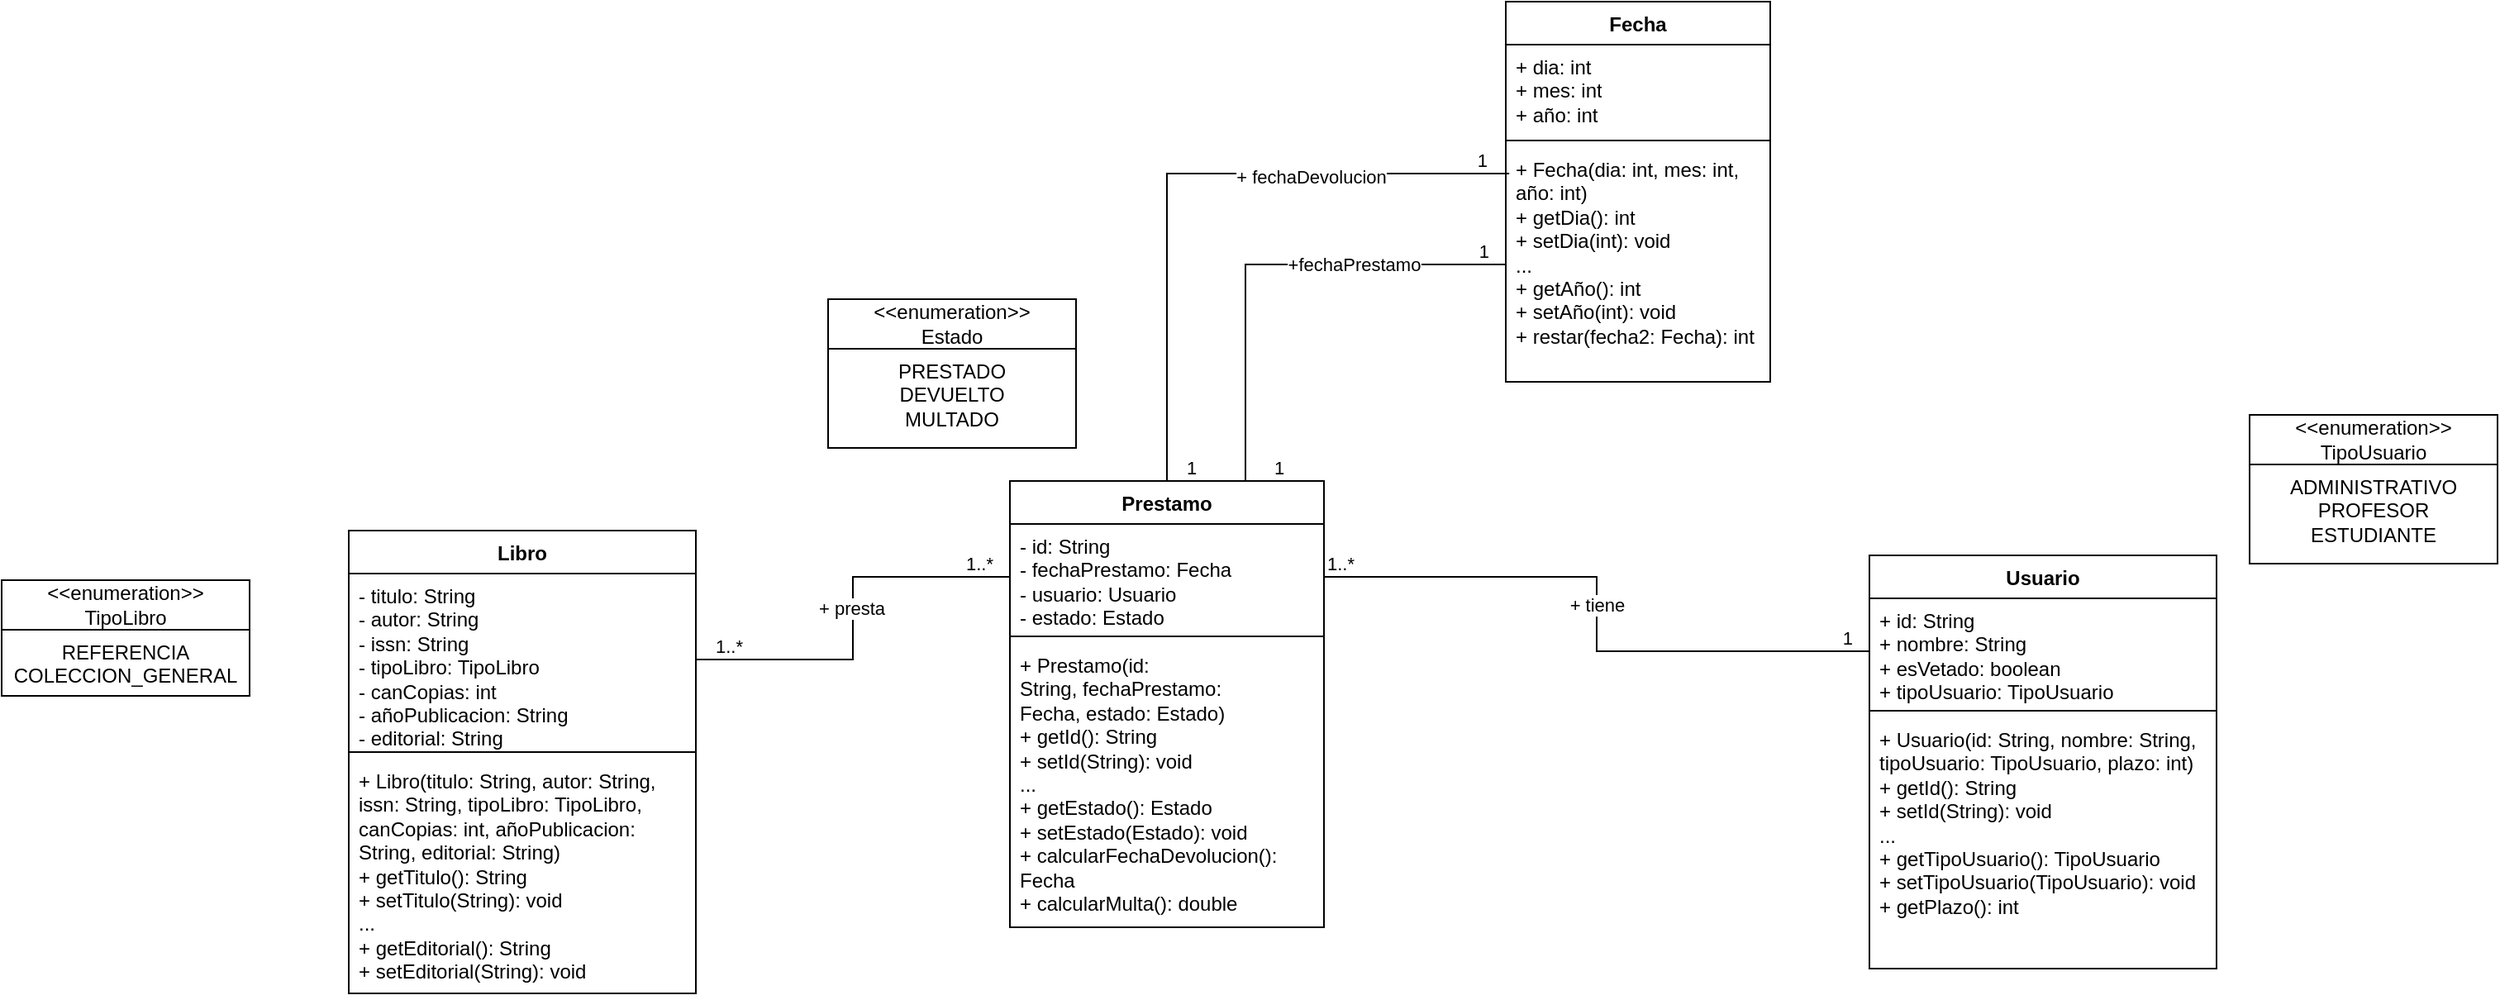
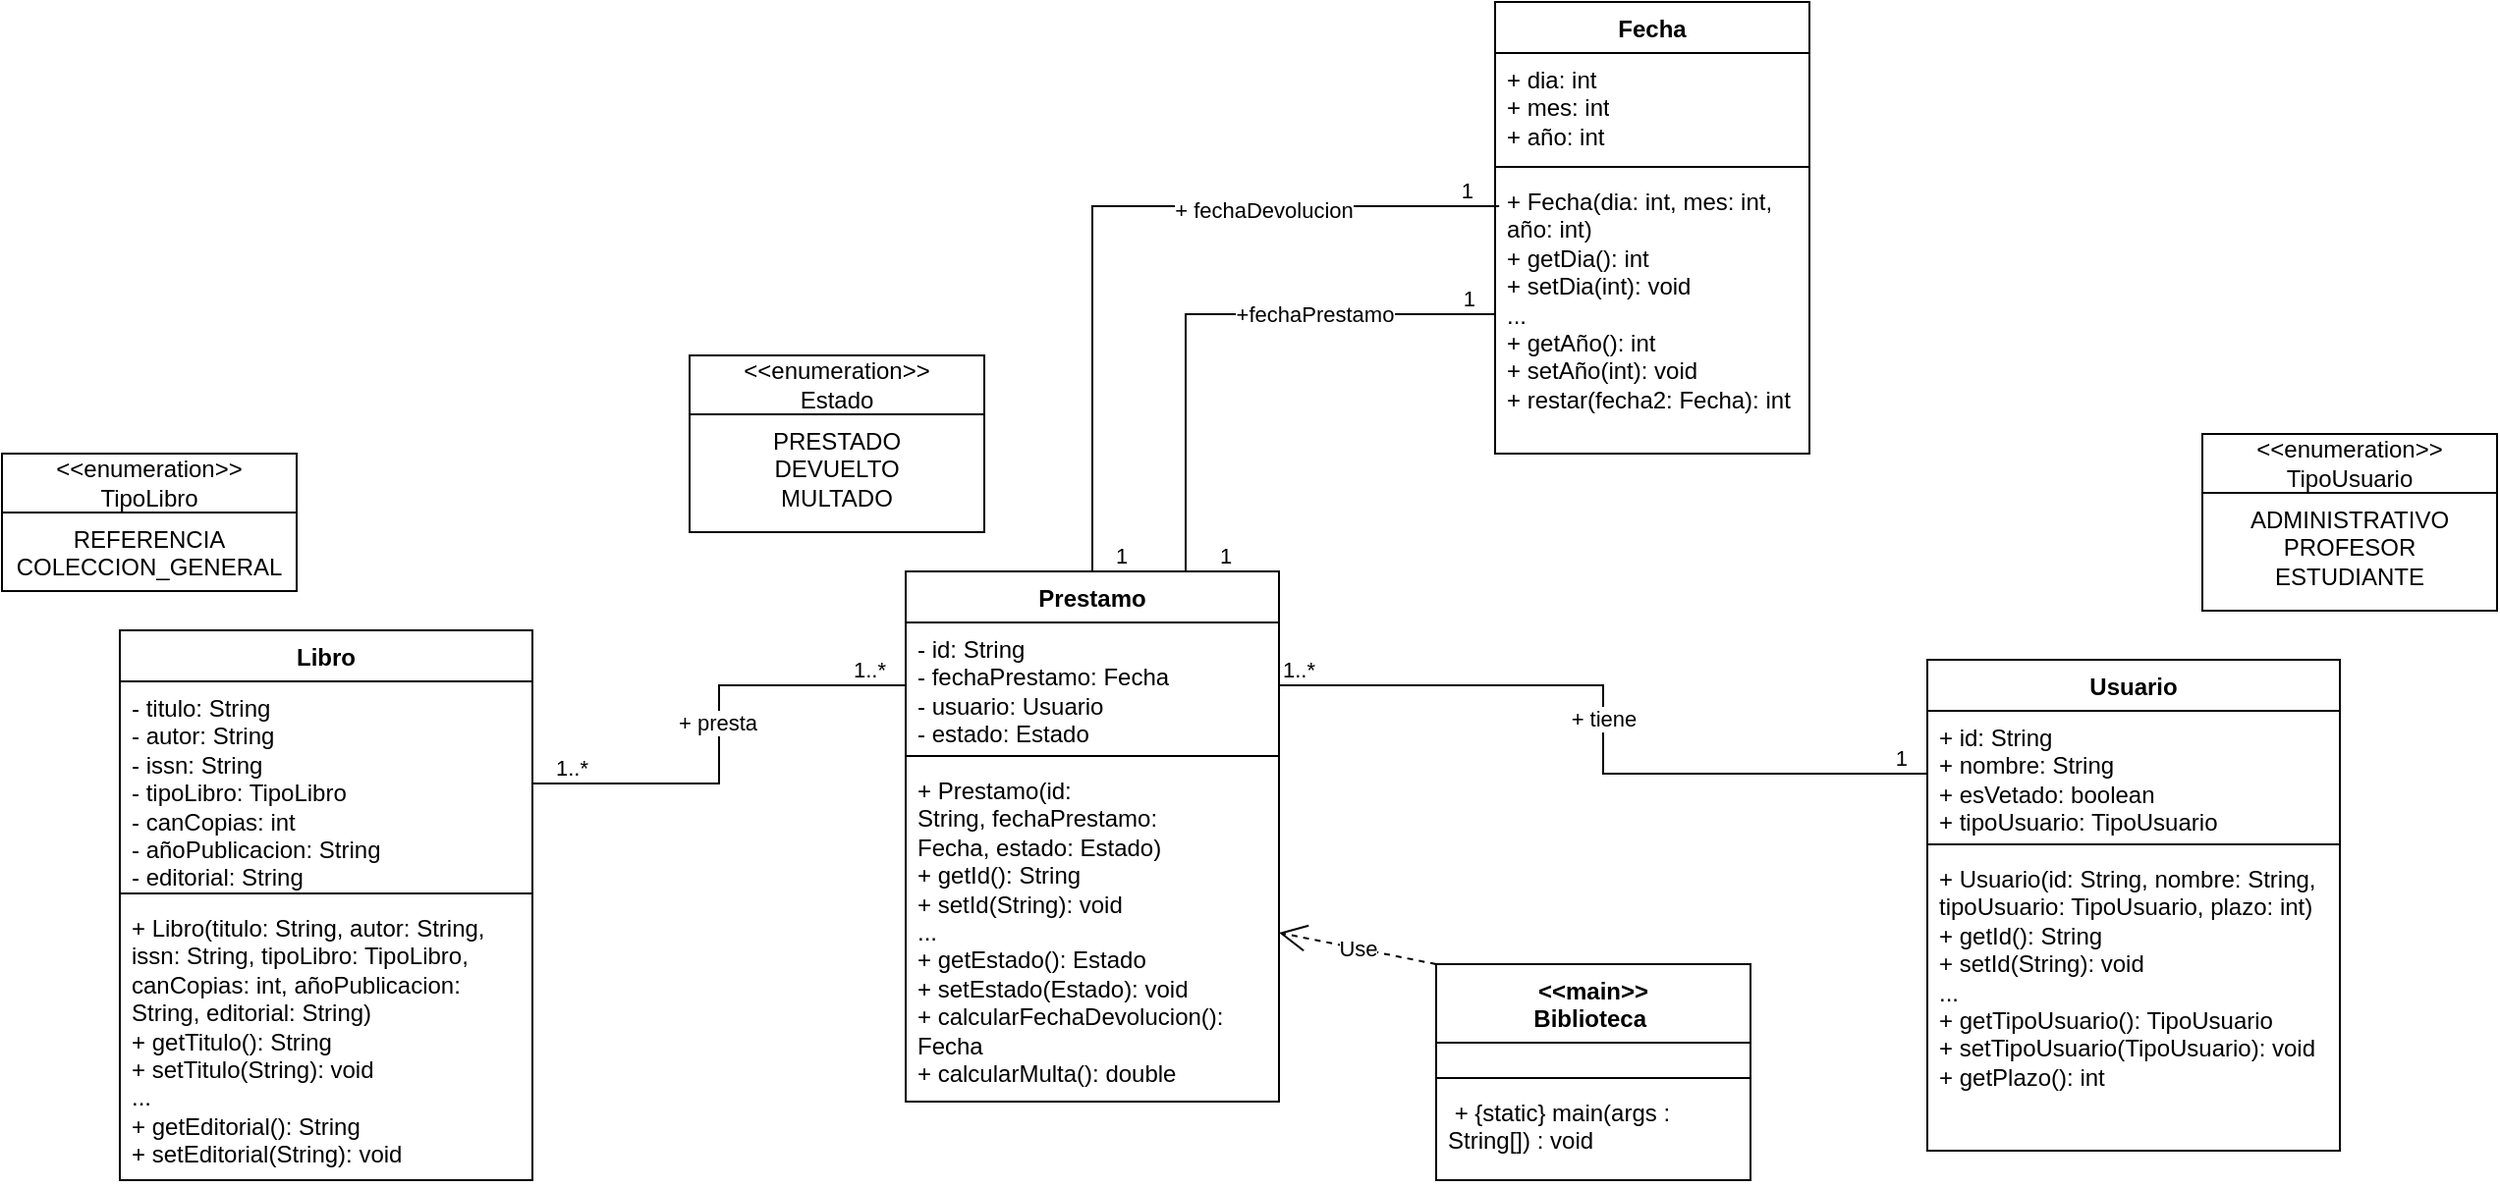
<mxfile host="app.diagrams.net">
  <diagram name="Página-1" id="T2FXIAzFDDacMx3JUOWi">
-     <mxGraphModel dx="594" dy="1106" grid="1" gridSize="10" guides="1" tooltips="1" connect="1" arrows="1" fold="1" page="1" pageScale="1" pageWidth="1169" pageHeight="827" math="0" shadow="0">
+     <mxGraphModel dx="999" dy="1297" grid="1" gridSize="10" guides="1" tooltips="1" connect="1" arrows="1" fold="1" page="1" pageScale="1" pageWidth="1169" pageHeight="827" math="0" shadow="0">
      <root>
        <mxCell id="0" />
        <mxCell id="1" parent="0" />
        <mxCell id="m8XhnUcSD3VHOy4mk_Y8-1" parent="1" style="swimlane;fontStyle=1;align=center;verticalAlign=top;childLayout=stackLayout;horizontal=1;startSize=26;horizontalStack=0;resizeParent=1;resizeParentMax=0;resizeLast=0;collapsible=1;marginBottom=0;whiteSpace=wrap;html=1;" value="Libro" vertex="1">
          <mxGeometry height="280" width="210" x="230" y="180" as="geometry" />
        </mxCell>
        <mxCell id="m8XhnUcSD3VHOy4mk_Y8-2" parent="m8XhnUcSD3VHOy4mk_Y8-1" style="text;strokeColor=none;fillColor=none;align=left;verticalAlign=top;spacingLeft=4;spacingRight=4;overflow=hidden;rotatable=0;points=[[0,0.5],[1,0.5]];portConstraint=eastwest;whiteSpace=wrap;html=1;" value="- titulo: String&lt;div&gt;- autor: String&lt;/div&gt;&lt;div&gt;- issn: String&lt;/div&gt;&lt;div&gt;- tipoLibro: TipoLibro&lt;/div&gt;&lt;div&gt;- canCopias: int&lt;/div&gt;&lt;div&gt;- añoPublicacion: String&lt;/div&gt;&lt;div&gt;- editorial: String&lt;/div&gt;" vertex="1">
          <mxGeometry height="104" width="210" y="26" as="geometry" />
        </mxCell>
        <mxCell id="m8XhnUcSD3VHOy4mk_Y8-3" parent="m8XhnUcSD3VHOy4mk_Y8-1" style="line;strokeWidth=1;fillColor=none;align=left;verticalAlign=middle;spacingTop=-1;spacingLeft=3;spacingRight=3;rotatable=0;labelPosition=right;points=[];portConstraint=eastwest;strokeColor=inherit;" value="" vertex="1">
          <mxGeometry height="8" width="210" y="130" as="geometry" />
        </mxCell>
        <mxCell id="m8XhnUcSD3VHOy4mk_Y8-4" parent="m8XhnUcSD3VHOy4mk_Y8-1" style="text;strokeColor=none;fillColor=none;align=left;verticalAlign=top;spacingLeft=4;spacingRight=4;overflow=hidden;rotatable=0;points=[[0,0.5],[1,0.5]];portConstraint=eastwest;whiteSpace=wrap;html=1;" value="+ Libro(titulo: String, autor: String, issn: String, tipoLibro: TipoLibro, canCopias: int,&amp;nbsp;añoPublicacion: String, editorial: String)&lt;div&gt;+ getTitulo(): String&lt;/div&gt;&lt;div&gt;+ setTitulo(String): void&lt;/div&gt;&lt;div&gt;...&lt;/div&gt;&lt;div&gt;+ getEditorial(): String&lt;/div&gt;&lt;div&gt;+ setEditorial(String): void&lt;/div&gt;" vertex="1">
          <mxGeometry height="142" width="210" y="138" as="geometry" />
        </mxCell>
        <mxCell id="m8XhnUcSD3VHOy4mk_Y8-6" parent="1" style="swimlane;fontStyle=0;childLayout=stackLayout;horizontal=1;startSize=30;fillColor=none;horizontalStack=0;resizeParent=1;resizeParentMax=0;resizeLast=0;collapsible=1;marginBottom=0;whiteSpace=wrap;html=1;" value="&amp;lt;&amp;lt;enumeration&amp;gt;&amp;gt;&lt;div&gt;TipoLibro&lt;/div&gt;" vertex="1">
-           <mxGeometry height="70" width="150" x="20" y="210" as="geometry" />
+           <mxGeometry height="70" width="150" x="170" y="90" as="geometry" />
        </mxCell>
        <mxCell id="m8XhnUcSD3VHOy4mk_Y8-7" parent="m8XhnUcSD3VHOy4mk_Y8-6" style="text;strokeColor=none;fillColor=none;align=center;verticalAlign=top;spacingLeft=4;spacingRight=4;overflow=hidden;rotatable=0;points=[[0,0.5],[1,0.5]];portConstraint=eastwest;whiteSpace=wrap;html=1;" value="REFERENCIA&lt;div&gt;COLECCION_GENERAL&lt;/div&gt;" vertex="1">
          <mxGeometry height="40" width="150" y="30" as="geometry" />
        </mxCell>
        <mxCell id="m8XhnUcSD3VHOy4mk_Y8-11" parent="1" style="swimlane;fontStyle=1;align=center;verticalAlign=top;childLayout=stackLayout;horizontal=1;startSize=26;horizontalStack=0;resizeParent=1;resizeParentMax=0;resizeLast=0;collapsible=1;marginBottom=0;whiteSpace=wrap;html=1;" value="Prestamo" vertex="1">
          <mxGeometry height="270" width="190" x="630" y="150" as="geometry" />
        </mxCell>
        <mxCell id="m8XhnUcSD3VHOy4mk_Y8-12" parent="m8XhnUcSD3VHOy4mk_Y8-11" style="text;strokeColor=none;fillColor=none;align=left;verticalAlign=top;spacingLeft=4;spacingRight=4;overflow=hidden;rotatable=0;points=[[0,0.5],[1,0.5]];portConstraint=eastwest;whiteSpace=wrap;html=1;" value="- id: String&lt;div&gt;- fechaPrestamo: Fecha&lt;/div&gt;&lt;div&gt;&lt;span style=&quot;background-color: transparent; color: light-dark(rgb(0, 0, 0), rgb(255, 255, 255));&quot;&gt;- usuario: Usuario&lt;/span&gt;&lt;/div&gt;&lt;div&gt;&lt;div&gt;&lt;span style=&quot;background-color: transparent; color: light-dark(rgb(0, 0, 0), rgb(255, 255, 255));&quot;&gt;- estado: Estado&lt;/span&gt;&lt;div&gt;&lt;br&gt;&lt;/div&gt;&lt;/div&gt;&lt;/div&gt;" vertex="1">
          <mxGeometry height="64" width="190" y="26" as="geometry" />
        </mxCell>
        <mxCell id="m8XhnUcSD3VHOy4mk_Y8-13" parent="m8XhnUcSD3VHOy4mk_Y8-11" style="line;strokeWidth=1;fillColor=none;align=left;verticalAlign=middle;spacingTop=-1;spacingLeft=3;spacingRight=3;rotatable=0;labelPosition=right;points=[];portConstraint=eastwest;strokeColor=inherit;" value="" vertex="1">
          <mxGeometry height="8" width="190" y="90" as="geometry" />
        </mxCell>
        <mxCell id="m8XhnUcSD3VHOy4mk_Y8-14" parent="m8XhnUcSD3VHOy4mk_Y8-11" style="text;strokeColor=none;fillColor=none;align=left;verticalAlign=top;spacingLeft=4;spacingRight=4;overflow=hidden;rotatable=0;points=[[0,0.5],[1,0.5]];portConstraint=eastwest;whiteSpace=wrap;html=1;" value="&lt;div&gt;+ Prestamo(id: String,&lt;span style=&quot;background-color: transparent; color: light-dark(rgb(0, 0, 0), rgb(255, 255, 255));&quot;&gt;&amp;nbsp;fechaPrestamo: Fecha&lt;/span&gt;&lt;span style=&quot;background-color: transparent; color: light-dark(rgb(0, 0, 0), rgb(255, 255, 255));&quot;&gt;,&lt;/span&gt;&lt;span style=&quot;background-color: transparent; color: light-dark(rgb(0, 0, 0), rgb(255, 255, 255));&quot;&gt;&amp;nbsp;estado: Estado)&lt;/span&gt;&lt;/div&gt;&lt;div&gt;+ getId(): String&lt;/div&gt;&lt;div&gt;+ setId(String): void&lt;/div&gt;&lt;div&gt;...&lt;/div&gt;&lt;div&gt;+ getEstado():&amp;nbsp;&lt;span style=&quot;background-color: transparent; color: light-dark(rgb(0, 0, 0), rgb(255, 255, 255));&quot;&gt;Estado&lt;/span&gt;&lt;/div&gt;&lt;div&gt;+ setEstado(Estado): void&lt;/div&gt;&lt;div&gt;+ calcularFechaDevolucion(): Fecha&lt;/div&gt;+ calcularMulta(): double" vertex="1">
          <mxGeometry height="172" width="190" y="98" as="geometry" />
        </mxCell>
        <mxCell id="m8XhnUcSD3VHOy4mk_Y8-19" parent="1" style="swimlane;fontStyle=0;childLayout=stackLayout;horizontal=1;startSize=30;fillColor=none;horizontalStack=0;resizeParent=1;resizeParentMax=0;resizeLast=0;collapsible=1;marginBottom=0;whiteSpace=wrap;html=1;" value="&amp;lt;&amp;lt;enumeration&amp;gt;&amp;gt;&lt;div&gt;Estado&lt;/div&gt;" vertex="1">
          <mxGeometry height="90" width="150" x="520" y="40" as="geometry" />
        </mxCell>
        <mxCell id="m8XhnUcSD3VHOy4mk_Y8-20" parent="m8XhnUcSD3VHOy4mk_Y8-19" style="text;strokeColor=none;fillColor=none;align=center;verticalAlign=top;spacingLeft=4;spacingRight=4;overflow=hidden;rotatable=0;points=[[0,0.5],[1,0.5]];portConstraint=eastwest;whiteSpace=wrap;html=1;" value="PRESTADO&lt;div&gt;DEVUELTO&lt;/div&gt;&lt;div&gt;MULTADO&lt;/div&gt;" vertex="1">
          <mxGeometry height="60" width="150" y="30" as="geometry" />
        </mxCell>
        <mxCell id="m8XhnUcSD3VHOy4mk_Y8-21" edge="1" parent="1" source="m8XhnUcSD3VHOy4mk_Y8-2" style="endArrow=none;html=1;edgeStyle=orthogonalEdgeStyle;rounded=0;entryX=0;entryY=0.5;entryDx=0;entryDy=0;exitX=1;exitY=0.5;exitDx=0;exitDy=0;" target="m8XhnUcSD3VHOy4mk_Y8-12" value="">
          <mxGeometry relative="1" as="geometry">
            <mxPoint x="480" y="460" as="sourcePoint" />
            <mxPoint x="640" y="460" as="targetPoint" />
          </mxGeometry>
        </mxCell>
        <mxCell id="m8XhnUcSD3VHOy4mk_Y8-22" connectable="0" parent="m8XhnUcSD3VHOy4mk_Y8-21" style="edgeLabel;resizable=0;html=1;align=left;verticalAlign=bottom;" value="1..*" vertex="1">
          <mxGeometry relative="1" x="-1" as="geometry">
            <mxPoint x="10" as="offset" />
          </mxGeometry>
        </mxCell>
        <mxCell id="m8XhnUcSD3VHOy4mk_Y8-23" connectable="0" parent="m8XhnUcSD3VHOy4mk_Y8-21" style="edgeLabel;resizable=0;html=1;align=right;verticalAlign=bottom;" value="1..*" vertex="1">
          <mxGeometry relative="1" x="1" as="geometry">
            <mxPoint x="-10" as="offset" />
          </mxGeometry>
        </mxCell>
        <mxCell id="m8XhnUcSD3VHOy4mk_Y8-24" connectable="0" parent="m8XhnUcSD3VHOy4mk_Y8-21" style="edgeLabel;html=1;align=center;verticalAlign=middle;resizable=0;points=[];" value="+ presta" vertex="1">
          <mxGeometry relative="1" x="0.0515" y="1" as="geometry">
            <mxPoint as="offset" />
          </mxGeometry>
        </mxCell>
        <mxCell id="m8XhnUcSD3VHOy4mk_Y8-25" parent="1" style="swimlane;fontStyle=1;align=center;verticalAlign=top;childLayout=stackLayout;horizontal=1;startSize=26;horizontalStack=0;resizeParent=1;resizeParentMax=0;resizeLast=0;collapsible=1;marginBottom=0;whiteSpace=wrap;html=1;" value="Fecha" vertex="1">
          <mxGeometry height="230" width="160" x="930" y="-140" as="geometry" />
        </mxCell>
        <mxCell id="m8XhnUcSD3VHOy4mk_Y8-26" parent="m8XhnUcSD3VHOy4mk_Y8-25" style="text;strokeColor=none;fillColor=none;align=left;verticalAlign=top;spacingLeft=4;spacingRight=4;overflow=hidden;rotatable=0;points=[[0,0.5],[1,0.5]];portConstraint=eastwest;whiteSpace=wrap;html=1;" value="+ dia: int&lt;div&gt;+ mes: int&lt;/div&gt;&lt;div&gt;+ año: int&lt;/div&gt;" vertex="1">
          <mxGeometry height="54" width="160" y="26" as="geometry" />
        </mxCell>
        <mxCell id="m8XhnUcSD3VHOy4mk_Y8-27" parent="m8XhnUcSD3VHOy4mk_Y8-25" style="line;strokeWidth=1;fillColor=none;align=left;verticalAlign=middle;spacingTop=-1;spacingLeft=3;spacingRight=3;rotatable=0;labelPosition=right;points=[];portConstraint=eastwest;strokeColor=inherit;" value="" vertex="1">
          <mxGeometry height="8" width="160" y="80" as="geometry" />
        </mxCell>
        <mxCell id="m8XhnUcSD3VHOy4mk_Y8-28" parent="m8XhnUcSD3VHOy4mk_Y8-25" style="text;strokeColor=none;fillColor=none;align=left;verticalAlign=top;spacingLeft=4;spacingRight=4;overflow=hidden;rotatable=0;points=[[0,0.5],[1,0.5]];portConstraint=eastwest;whiteSpace=wrap;html=1;" value="+ Fecha(dia: int, mes: int, año: int)&lt;div&gt;+ getDia(): int&lt;/div&gt;&lt;div&gt;+ setDia(int): void&lt;/div&gt;&lt;div&gt;...&lt;/div&gt;&lt;div&gt;+ getAño(): int&lt;/div&gt;&lt;div&gt;+ setAño(int): void&lt;/div&gt;&lt;div&gt;+ restar(fecha2: Fecha): int&lt;/div&gt;" vertex="1">
          <mxGeometry height="142" width="160" y="88" as="geometry" />
        </mxCell>
        <mxCell id="m8XhnUcSD3VHOy4mk_Y8-33" parent="1" style="swimlane;fontStyle=1;align=center;verticalAlign=top;childLayout=stackLayout;horizontal=1;startSize=26;horizontalStack=0;resizeParent=1;resizeParentMax=0;resizeLast=0;collapsible=1;marginBottom=0;whiteSpace=wrap;html=1;" value="Usuario" vertex="1">
          <mxGeometry height="250" width="210" x="1150" y="195" as="geometry" />
        </mxCell>
        <mxCell id="m8XhnUcSD3VHOy4mk_Y8-34" parent="m8XhnUcSD3VHOy4mk_Y8-33" style="text;strokeColor=none;fillColor=none;align=left;verticalAlign=top;spacingLeft=4;spacingRight=4;overflow=hidden;rotatable=0;points=[[0,0.5],[1,0.5]];portConstraint=eastwest;whiteSpace=wrap;html=1;" value="+ id: String&lt;div&gt;+ nombre: String&lt;/div&gt;&lt;div&gt;+ esVetado: boolean&lt;/div&gt;&lt;div&gt;+ tipoUsuario: T&lt;span style=&quot;background-color: transparent; color: light-dark(rgb(0, 0, 0), rgb(255, 255, 255));&quot;&gt;ipoUsuario&lt;/span&gt;&lt;/div&gt;&lt;div&gt;&lt;br&gt;&lt;/div&gt;" vertex="1">
          <mxGeometry height="64" width="210" y="26" as="geometry" />
        </mxCell>
        <mxCell id="m8XhnUcSD3VHOy4mk_Y8-35" parent="m8XhnUcSD3VHOy4mk_Y8-33" style="line;strokeWidth=1;fillColor=none;align=left;verticalAlign=middle;spacingTop=-1;spacingLeft=3;spacingRight=3;rotatable=0;labelPosition=right;points=[];portConstraint=eastwest;strokeColor=inherit;" value="" vertex="1">
          <mxGeometry height="8" width="210" y="90" as="geometry" />
        </mxCell>
        <mxCell id="m8XhnUcSD3VHOy4mk_Y8-36" parent="m8XhnUcSD3VHOy4mk_Y8-33" style="text;strokeColor=none;fillColor=none;align=left;verticalAlign=top;spacingLeft=4;spacingRight=4;overflow=hidden;rotatable=0;points=[[0,0.5],[1,0.5]];portConstraint=eastwest;whiteSpace=wrap;html=1;" value="+ Usuario(id: String, nombre: String, tipoUsuario: T&lt;span style=&quot;color: light-dark(rgb(0, 0, 0), rgb(255, 255, 255)); background-color: transparent;&quot;&gt;ipoUsuario,&lt;/span&gt;&amp;nbsp;plazo: int)&amp;nbsp;&lt;div&gt;+ getId(): String&lt;/div&gt;&lt;div&gt;+ setId(String): void&lt;/div&gt;&lt;div&gt;...&lt;/div&gt;&lt;div&gt;+ getTipoUsuario(): TipoUsuario&lt;/div&gt;&lt;div&gt;+ setTipoUsuario(TipoUsuario): void&lt;/div&gt;&lt;div&gt;+ getPlazo(): int&lt;/div&gt;&lt;div&gt;&lt;br&gt;&lt;/div&gt;" vertex="1">
          <mxGeometry height="152" width="210" y="98" as="geometry" />
        </mxCell>
        <mxCell id="m8XhnUcSD3VHOy4mk_Y8-41" parent="1" style="swimlane;fontStyle=0;childLayout=stackLayout;horizontal=1;startSize=30;fillColor=none;horizontalStack=0;resizeParent=1;resizeParentMax=0;resizeLast=0;collapsible=1;marginBottom=0;whiteSpace=wrap;html=1;" value="&amp;lt;&amp;lt;enumeration&amp;gt;&amp;gt;&lt;div&gt;TipoUsuario&lt;/div&gt;" vertex="1">
-           <mxGeometry height="90" width="150" x="1380" y="110" as="geometry" />
+           <mxGeometry height="90" width="150" x="1290" y="80" as="geometry" />
        </mxCell>
        <mxCell id="m8XhnUcSD3VHOy4mk_Y8-42" parent="m8XhnUcSD3VHOy4mk_Y8-41" style="text;strokeColor=none;fillColor=none;align=center;verticalAlign=top;spacingLeft=4;spacingRight=4;overflow=hidden;rotatable=0;points=[[0,0.5],[1,0.5]];portConstraint=eastwest;whiteSpace=wrap;html=1;" value="ADMINISTRATIVO&lt;div&gt;PROFESOR&lt;/div&gt;&lt;div&gt;ESTUDIANTE&lt;/div&gt;" vertex="1">
          <mxGeometry height="60" width="150" y="30" as="geometry" />
        </mxCell>
        <mxCell id="m8XhnUcSD3VHOy4mk_Y8-43" edge="1" parent="1" source="m8XhnUcSD3VHOy4mk_Y8-12" style="endArrow=none;html=1;edgeStyle=orthogonalEdgeStyle;rounded=0;exitX=1;exitY=0.5;exitDx=0;exitDy=0;entryX=0;entryY=0.5;entryDx=0;entryDy=0;" target="m8XhnUcSD3VHOy4mk_Y8-34" value="">
          <mxGeometry relative="1" as="geometry">
            <mxPoint x="890" y="340" as="sourcePoint" />
            <mxPoint x="1050" y="340" as="targetPoint" />
          </mxGeometry>
        </mxCell>
        <mxCell id="m8XhnUcSD3VHOy4mk_Y8-44" connectable="0" parent="m8XhnUcSD3VHOy4mk_Y8-43" style="edgeLabel;resizable=0;html=1;align=left;verticalAlign=bottom;" value="1..*" vertex="1">
          <mxGeometry relative="1" x="-1" as="geometry" />
        </mxCell>
        <mxCell id="m8XhnUcSD3VHOy4mk_Y8-45" connectable="0" parent="m8XhnUcSD3VHOy4mk_Y8-43" style="edgeLabel;resizable=0;html=1;align=right;verticalAlign=bottom;" value="1" vertex="1">
          <mxGeometry relative="1" x="1" as="geometry">
            <mxPoint x="-10" as="offset" />
          </mxGeometry>
        </mxCell>
        <mxCell id="m8XhnUcSD3VHOy4mk_Y8-46" connectable="0" parent="m8XhnUcSD3VHOy4mk_Y8-43" style="edgeLabel;html=1;align=center;verticalAlign=middle;resizable=0;points=[];" value="+ tiene" vertex="1">
          <mxGeometry relative="1" x="-0.0494" y="-3" as="geometry">
            <mxPoint x="3" y="4" as="offset" />
          </mxGeometry>
        </mxCell>
        <mxCell id="m8XhnUcSD3VHOy4mk_Y8-48" edge="1" parent="1" source="m8XhnUcSD3VHOy4mk_Y8-11" style="endArrow=none;html=1;edgeStyle=orthogonalEdgeStyle;rounded=0;exitX=0.75;exitY=0;exitDx=0;exitDy=0;entryX=0;entryY=0.5;entryDx=0;entryDy=0;" target="m8XhnUcSD3VHOy4mk_Y8-28" value="">
          <mxGeometry relative="1" as="geometry">
            <mxPoint x="770" y="50" as="sourcePoint" />
            <mxPoint x="930" y="50" as="targetPoint" />
          </mxGeometry>
        </mxCell>
        <mxCell id="m8XhnUcSD3VHOy4mk_Y8-49" connectable="0" parent="m8XhnUcSD3VHOy4mk_Y8-48" style="edgeLabel;resizable=0;html=1;align=left;verticalAlign=bottom;" value="1" vertex="1">
          <mxGeometry relative="1" x="-1" as="geometry">
            <mxPoint x="15" as="offset" />
          </mxGeometry>
        </mxCell>
        <mxCell id="m8XhnUcSD3VHOy4mk_Y8-50" connectable="0" parent="m8XhnUcSD3VHOy4mk_Y8-48" style="edgeLabel;resizable=0;html=1;align=right;verticalAlign=bottom;" value="1" vertex="1">
          <mxGeometry relative="1" x="1" as="geometry">
            <mxPoint x="-10" as="offset" />
          </mxGeometry>
        </mxCell>
        <mxCell id="m8XhnUcSD3VHOy4mk_Y8-54" connectable="0" parent="m8XhnUcSD3VHOy4mk_Y8-48" style="edgeLabel;html=1;align=center;verticalAlign=middle;resizable=0;points=[];" value="+fechaPrestamo" vertex="1">
          <mxGeometry relative="1" x="0.3581" as="geometry">
            <mxPoint as="offset" />
          </mxGeometry>
        </mxCell>
        <mxCell id="m8XhnUcSD3VHOy4mk_Y8-51" edge="1" parent="1" source="m8XhnUcSD3VHOy4mk_Y8-11" style="endArrow=none;html=1;edgeStyle=orthogonalEdgeStyle;rounded=0;exitX=0.5;exitY=0;exitDx=0;exitDy=0;entryX=0.013;entryY=0.113;entryDx=0;entryDy=0;entryPerimeter=0;" target="m8XhnUcSD3VHOy4mk_Y8-28" value="">
          <mxGeometry relative="1" as="geometry">
            <mxPoint x="610" y="-59" as="sourcePoint" />
            <mxPoint x="775" y="-190" as="targetPoint" />
          </mxGeometry>
        </mxCell>
        <mxCell id="m8XhnUcSD3VHOy4mk_Y8-52" connectable="0" parent="m8XhnUcSD3VHOy4mk_Y8-51" style="edgeLabel;resizable=0;html=1;align=left;verticalAlign=bottom;" value="1" vertex="1">
          <mxGeometry relative="1" x="-1" as="geometry">
            <mxPoint x="10" as="offset" />
          </mxGeometry>
        </mxCell>
        <mxCell id="m8XhnUcSD3VHOy4mk_Y8-53" connectable="0" parent="m8XhnUcSD3VHOy4mk_Y8-51" style="edgeLabel;resizable=0;html=1;align=right;verticalAlign=bottom;" value="1" vertex="1">
          <mxGeometry relative="1" x="1" as="geometry">
            <mxPoint x="-12" as="offset" />
          </mxGeometry>
        </mxCell>
        <mxCell id="m8XhnUcSD3VHOy4mk_Y8-55" connectable="0" parent="m8XhnUcSD3VHOy4mk_Y8-51" style="edgeLabel;html=1;align=center;verticalAlign=middle;resizable=0;points=[];" value="+ fechaDevolucion" vertex="1">
          <mxGeometry relative="1" x="0.3867" y="-2" as="geometry">
            <mxPoint as="offset" />
          </mxGeometry>
        </mxCell>
+         <mxCell id="ApWIJhX7oqMMdTjc1LQj-1" parent="1" style="swimlane;fontStyle=1;align=center;verticalAlign=top;childLayout=stackLayout;horizontal=1;startSize=40;horizontalStack=0;resizeParent=1;resizeParentMax=0;resizeLast=0;collapsible=1;marginBottom=0;whiteSpace=wrap;html=1;" value="&lt;span style=&quot;background-color: transparent; color: light-dark(rgb(0, 0, 0), rgb(255, 255, 255));&quot;&gt;&amp;lt;&amp;lt;main&amp;gt;&amp;gt;&lt;/span&gt;&lt;div&gt;&lt;span style=&quot;background-color: transparent; color: light-dark(rgb(0, 0, 0), rgb(255, 255, 255));&quot;&gt;Biblioteca&amp;nbsp;&lt;/span&gt;&lt;/div&gt;" vertex="1">
+           <mxGeometry height="110" width="160" x="900" y="350" as="geometry" />
+         </mxCell>
+         <mxCell id="ApWIJhX7oqMMdTjc1LQj-2" parent="ApWIJhX7oqMMdTjc1LQj-1" style="text;strokeColor=none;fillColor=none;align=left;verticalAlign=top;spacingLeft=4;spacingRight=4;overflow=hidden;rotatable=0;points=[[0,0.5],[1,0.5]];portConstraint=eastwest;whiteSpace=wrap;html=1;" value="&amp;nbsp;" vertex="1">
+           <mxGeometry height="14" width="160" y="40" as="geometry" />
+         </mxCell>
+         <mxCell id="ApWIJhX7oqMMdTjc1LQj-3" parent="ApWIJhX7oqMMdTjc1LQj-1" style="line;strokeWidth=1;fillColor=none;align=left;verticalAlign=middle;spacingTop=-1;spacingLeft=3;spacingRight=3;rotatable=0;labelPosition=right;points=[];portConstraint=eastwest;strokeColor=inherit;" value="" vertex="1">
+           <mxGeometry height="8" width="160" y="54" as="geometry" />
+         </mxCell>
+         <mxCell id="ApWIJhX7oqMMdTjc1LQj-4" parent="ApWIJhX7oqMMdTjc1LQj-1" style="text;strokeColor=none;fillColor=none;align=left;verticalAlign=top;spacingLeft=4;spacingRight=4;overflow=hidden;rotatable=0;points=[[0,0.5],[1,0.5]];portConstraint=eastwest;whiteSpace=wrap;html=1;" value="&amp;nbsp;+ {static} main(args :&lt;br/&gt;String[]) : void&lt;div&gt;&lt;br/&gt;&lt;/div&gt;" vertex="1">
+           <mxGeometry height="48" width="160" y="62" as="geometry" />
+         </mxCell>
+         <mxCell id="ApWIJhX7oqMMdTjc1LQj-5" edge="1" parent="1" source="ApWIJhX7oqMMdTjc1LQj-1" style="endArrow=open;endSize=12;dashed=1;html=1;rounded=0;entryX=1;entryY=0.5;entryDx=0;entryDy=0;exitX=0;exitY=0;exitDx=0;exitDy=0;" target="m8XhnUcSD3VHOy4mk_Y8-14" value="Use">
+           <mxGeometry relative="1" width="160" as="geometry">
+             <mxPoint x="760" y="480" as="sourcePoint" />
+             <mxPoint x="920" y="480" as="targetPoint" />
+           </mxGeometry>
+         </mxCell>
      </root>
    </mxGraphModel>
  </diagram>
</mxfile>
